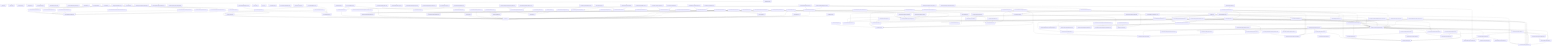
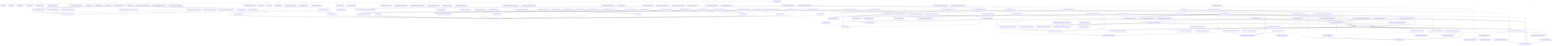
graph TD
  package__ankhorage_studio["@ankhorage/studio"]
  entrypoint_src_index_ts["src/index.ts"]
  package__ankhorage_studio --> entrypoint_src_index_ts
  module_knip_config_ts["knip.config.ts"]
  package__ankhorage_studio -.-> module_knip_config_ts
  module_paradox_config_ts["paradox.config.ts"]
  package__ankhorage_studio -.-> module_paradox_config_ts
  module_src_app_index_ts["src/app/index.ts"]
  package__ankhorage_studio -.-> module_src_app_index_ts
  module_src_app_StudioApp_tsx["src/app/StudioApp.tsx"]
  package__ankhorage_studio -.-> module_src_app_StudioApp_tsx
  module_src_app_StudioDashboard_tsx["src/app/StudioDashboard.tsx"]
  package__ankhorage_studio -.-> module_src_app_StudioDashboard_tsx
  module_src_app_StudioDashboard_tsx --> module_src_hooks_useProjects_ts
  module_src_app_StudioDashboard_tsx --> module_src_hooks_useTemplateSummaries_ts
  module_src_app_StudioDashboard_tsx --> module_src_modules_dashboard_platform_ts
  module_src_app_StudioDashboard_tsx --> module_src_modules_dashboard_search_ts
  module_src_app_StudioDashboard_tsx --> module_src_modules_dashboard_templates_ts
  module_src_app_StudioDashboard_tsx --> module_src_modules_dashboard_types_ts
  module_src_app_StudioDashboard_tsx --> module_src_modules_dashboard_ui_DashboardSectionHeader_tsx
  module_src_app_StudioDashboard_tsx --> module_src_modules_dashboard_ui_ProjectCard_tsx
  module_src_app_StudioDashboard_tsx --> module_src_modules_dashboard_ui_TemplateCard_tsx
  module_src_authFlowContract_test_ts["src/authFlowContract.test.ts"]
  package__ankhorage_studio -.-> module_src_authFlowContract_test_ts
  module_src_authSettings_test_ts["src/authSettings.test.ts"]
  package__ankhorage_studio -.-> module_src_authSettings_test_ts
  module_src_authSettings_test_ts --> module_src_authSettings_ts
  module_src_authSettings_ts["src/authSettings.ts"]
  package__ankhorage_studio -.-> module_src_authSettings_ts
  module_src_canvasDragModel_public_test_ts["src/canvasDragModel.public.test.ts"]
  package__ankhorage_studio -.-> module_src_canvasDragModel_public_test_ts
  module_src_canvasDragModel_public_test_ts --> module_src_canvasDragModel_ts
  module_src_canvasDragModel_public_test_ts --> module_src_canvasDropZones_ts
  module_src_canvasDragModel_test_ts["src/canvasDragModel.test.ts"]
  package__ankhorage_studio -.-> module_src_canvasDragModel_test_ts
  module_src_canvasDragModel_test_ts --> module_src_canvasDragModel_ts
  module_src_canvasDragModel_test_ts --> module_src_canvasDropZones_ts
  module_src_canvasDragModel_ts["src/canvasDragModel.ts"]
  package__ankhorage_studio -.-> module_src_canvasDragModel_ts
  module_src_canvasDragModel_ts --> module_src_canvasDropZones_ts
  module_src_canvasDragModel_ts --> module_src_index_ts
  module_src_canvasDropZones_test_ts["src/canvasDropZones.test.ts"]
  package__ankhorage_studio -.-> module_src_canvasDropZones_test_ts
  module_src_canvasDropZones_test_ts --> module_src_canvasDropZones_ts
  module_src_canvasDropZones_test_ts --> module_src_index_ts
  module_src_canvasDropZones_ts["src/canvasDropZones.ts"]
  package__ankhorage_studio -.-> module_src_canvasDropZones_ts
  module_src_canvasDropZones_ts --> module_src_index_ts
  module_src_cli_index_ts["src/cli/index.ts"]
  package__ankhorage_studio -.-> module_src_cli_index_ts
  module_src_cli_index_ts --> module_src_host_createStudioHost_ts
  module_src_cli_index_ts --> module_src_host_http_server_ts
  module_src_cli_index_ts --> module_src_host_templateRegistry_index_ts
  module_src_cli_index_ts --> module_src_host_utils_workspaceRoot_ts
  module_src_core_constants_ts["src/core/constants.ts"]
  package__ankhorage_studio -.-> module_src_core_constants_ts
  module_src_core_StudioContext_ts["src/core/StudioContext.ts"]
  package__ankhorage_studio -.-> module_src_core_StudioContext_ts
  module_src_core_StudioContext_ts --> module_src_index_ts
  module_src_core_studioPackageBoundary_ts["src/core/studioPackageBoundary.ts"]
  package__ankhorage_studio -.-> module_src_core_studioPackageBoundary_ts
  module_src_core_StudioProvider_ts["src/core/StudioProvider.ts"]
  package__ankhorage_studio -.-> module_src_core_StudioProvider_ts
  module_src_core_StudioProvider_ts --> module_src_core_StudioContext_ts
  module_src_core_StudioProvider_ts --> module_src_index_ts
  module_src_dnd_index_ts["src/dnd/index.ts"]
  package__ankhorage_studio -.-> module_src_dnd_index_ts
  module_src_dnd_primitives_ts["src/dnd/primitives.ts"]
  package__ankhorage_studio -.-> module_src_dnd_primitives_ts
  module_src_dnd_state_ts["src/dnd/state.ts"]
  package__ankhorage_studio -.-> module_src_dnd_state_ts
  module_src_hooks_useProjects_ts["src/hooks/useProjects.ts"]
  package__ankhorage_studio -.-> module_src_hooks_useProjects_ts
  module_src_hooks_useProjects_ts --> module_src_core_constants_ts
  module_src_hooks_useTemplateSummaries_ts["src/hooks/useTemplateSummaries.ts"]
  package__ankhorage_studio -.-> module_src_hooks_useTemplateSummaries_ts
  module_src_hooks_useTemplateSummaries_ts --> module_src_core_constants_ts
  module_src_hooks_useTemplateSummaries_ts --> module_src_modules_dashboard_types_ts
  module_src_host_auth_projectAuthHealthService_ts["src/host/auth/projectAuthHealthService.ts"]
  package__ankhorage_studio -.-> module_src_host_auth_projectAuthHealthService_ts
  module_src_host_auth_projectAuthHealthService_ts --> module_src_host_orchestrator_projectManager_ts
  module_src_host_auth_projectAuthHealthService_ts --> module_src_host_secrets_projectSecretService_ts
  module_src_host_auth_projectAuthHealthService_ts --> module_src_projectAuthHealth_ts
  module_src_host_auth_projectAuthService_test_ts["src/host/auth/projectAuthService.test.ts"]
  package__ankhorage_studio -.-> module_src_host_auth_projectAuthService_test_ts
  module_src_host_auth_projectAuthService_test_ts --> module_src_host_auth_projectAuthService_ts
  module_src_host_auth_projectAuthService_ts["src/host/auth/projectAuthService.ts"]
  package__ankhorage_studio -.-> module_src_host_auth_projectAuthService_ts
  module_src_host_auth_projectAuthService_ts --> module_src_authSettings_ts
  module_src_host_auth_projectAuthService_ts --> module_src_host_orchestrator_projectManager_ts
  module_src_host_createStudioHost_ts["src/host/createStudioHost.ts"]
  package__ankhorage_studio -.-> module_src_host_createStudioHost_ts
  module_src_host_createStudioHost_ts --> module_src_host_orchestrator_infraRuntime_ts
  module_src_host_createStudioHost_ts --> module_src_host_orchestrator_moduleManager_ts
  module_src_host_createStudioHost_ts --> module_src_host_orchestrator_projectManager_ts
  module_src_host_generatedAuthAdapterRuntime_smoke_test_ts["src/host/generatedAuthAdapterRuntime.smoke.test.ts"]
  package__ankhorage_studio -.-> module_src_host_generatedAuthAdapterRuntime_smoke_test_ts
  module_src_host_generatedAuthAdapterRuntime_smoke_test_ts --> module_src_host_orchestrator_moduleManager_ts
  module_src_host_generatedAuthAdapterRuntime_smoke_test_ts --> module_src_host_orchestrator_projectManager_ts
  module_src_host_generatedAuthAdapterRuntime_smoke_test_ts --> module_src_host_templateRegistry_index_ts
  module_src_host_hostLifecycle_smoke_test_ts["src/host/hostLifecycle.smoke.test.ts"]
  package__ankhorage_studio -.-> module_src_host_hostLifecycle_smoke_test_ts
  module_src_host_hostLifecycle_smoke_test_ts --> module_src_host_orchestrator_moduleManager_ts
  module_src_host_hostLifecycle_smoke_test_ts --> module_src_host_orchestrator_projectManager_ts
  module_src_host_hostLifecycle_smoke_test_ts --> module_src_host_templateRegistry_index_ts
  module_src_host_hostOwnership_test_ts["src/host/hostOwnership.test.ts"]
  package__ankhorage_studio -.-> module_src_host_hostOwnership_test_ts
  module_src_host_hostOwnership_test_ts --> module_src_host_http_security_ts
  module_src_host_hostOwnership_test_ts --> module_src_host_orchestrator_projectPaths_ts
  module_src_host_hostOwnership_test_ts --> module_src_host_utils_workspaceRoot_ts
  module_src_host_http_authRoutes_ts["src/host/http/authRoutes.ts"]
  package__ankhorage_studio -.-> module_src_host_http_authRoutes_ts
  module_src_host_http_authRoutes_ts --> module_src_host_auth_projectAuthHealthService_ts
  module_src_host_http_authRoutes_ts --> module_src_host_auth_projectAuthService_ts
  module_src_host_http_authRoutes_ts --> module_src_host_orchestrator_projectManager_ts
  module_src_host_http_authRoutes_ts --> module_src_host_secrets_projectSecretService_ts
  module_src_host_http_secretRoutes_ts["src/host/http/secretRoutes.ts"]
  package__ankhorage_studio -.-> module_src_host_http_secretRoutes_ts
  module_src_host_http_secretRoutes_ts --> module_src_host_orchestrator_projectManager_ts
  module_src_host_http_secretRoutes_ts --> module_src_host_secrets_projectSecretService_ts
  module_src_host_http_security_ts["src/host/http/security.ts"]
  package__ankhorage_studio -.-> module_src_host_http_security_ts
  module_src_host_http_server_ts["src/host/http/server.ts"]
  package__ankhorage_studio -.-> module_src_host_http_server_ts
  module_src_host_http_server_ts --> module_src_host_http_security_ts
  module_src_host_http_server_ts --> module_src_host_orchestrator_infraRuntime_ts
  module_src_host_http_server_ts --> module_src_host_orchestrator_moduleManager_ts
  module_src_host_http_server_ts --> module_src_host_orchestrator_projectManager_ts
  module_src_host_http_server_ts --> module_src_host_orchestrator_resolveMutations_ts
-   module_src_host_http_server_ts --> module_src_host_secrets_projectSecretService_ts
+   module_src_host_http_server_ts --> module_src_host_secrets_trustedOAuthInfraEnvironment_ts
  module_src_host_http_server_ts --> module_src_host_templateRegistry_index_ts
  module_src_host_http_server_ts --> module_src_host_utils_trimOutput_ts
  module_src_host_http_server_ts --> module_src_host_utils_workspaceRoot_ts
  module_src_host_http_serverWithSecrets_ts["src/host/http/serverWithSecrets.ts"]
  package__ankhorage_studio -.-> module_src_host_http_serverWithSecrets_ts
  module_src_host_http_serverWithSecrets_ts --> module_src_host_http_authRoutes_ts
  module_src_host_http_serverWithSecrets_ts --> module_src_host_http_secretRoutes_ts
  module_src_host_http_serverWithSecrets_ts --> module_src_host_http_server_ts
  module_src_host_http_serverWithSecrets_ts --> module_src_host_orchestrator_moduleManager_ts
  module_src_host_http_serverWithSecrets_ts --> module_src_host_orchestrator_projectManager_ts
  module_src_host_http_serverWithSecrets_ts --> module_src_host_utils_workspaceRoot_ts
  module_src_host_http_standalone_ts["src/host/http/standalone.ts"]
  package__ankhorage_studio -.-> module_src_host_http_standalone_ts
  module_src_host_http_standalone_ts --> module_src_host_http_serverWithSecrets_ts
  module_src_host_index_ts["src/host/index.ts"]
  package__ankhorage_studio -.-> module_src_host_index_ts
  module_src_host_layout_auth_resolveAuthLayoutPlan_test_ts["src/host/layout/auth/resolveAuthLayoutPlan.test.ts"]
  package__ankhorage_studio -.-> module_src_host_layout_auth_resolveAuthLayoutPlan_test_ts
  module_src_host_layout_auth_resolveAuthLayoutPlan_test_ts --> module_src_host_layout_auth_resolveAuthLayoutPlan_ts
  module_src_host_layout_auth_resolveAuthLayoutPlan_ts["src/host/layout/auth/resolveAuthLayoutPlan.ts"]
  package__ankhorage_studio -.-> module_src_host_layout_auth_resolveAuthLayoutPlan_ts
  module_src_host_layout_layoutGenerator_test_ts["src/host/layout/layoutGenerator.test.ts"]
  package__ankhorage_studio -.-> module_src_host_layout_layoutGenerator_test_ts
  module_src_host_layout_layoutGenerator_test_ts --> module_src_host_layout_layoutGenerator_ts
  module_src_host_layout_layoutGenerator_ts["src/host/layout/layoutGenerator.ts"]
  package__ankhorage_studio -.-> module_src_host_layout_layoutGenerator_ts
  module_src_host_layout_layoutGenerator_ts --> module_src_host_layout_auth_resolveAuthLayoutPlan_ts
  module_src_host_layout_layoutGenerator_ts --> module_src_host_layout_templates_index_ts
  module_src_host_layout_layoutGenerator_ts --> module_src_host_modules_layout_ts
  module_src_host_layout_templates_auth_adapter_ts["src/host/layout/templates/auth/adapter.ts"]
  package__ankhorage_studio -.-> module_src_host_layout_templates_auth_adapter_ts
  module_src_host_layout_templates_auth_callback_ts["src/host/layout/templates/auth/callback.ts"]
  package__ankhorage_studio -.-> module_src_host_layout_templates_auth_callback_ts
  module_src_host_layout_templates_auth_callback_ts --> module_src_host_layout_templates_utils_routes_ts
  module_src_host_layout_templates_auth_callback_ts --> module_src_host_layout_utils_escapeStringLiteral_ts
  module_src_host_layout_templates_auth_oauth_ts["src/host/layout/templates/auth/oauth.ts"]
  package__ankhorage_studio -.-> module_src_host_layout_templates_auth_oauth_ts
  module_src_host_layout_templates_auth_oauth_ts --> module_src_host_layout_auth_resolveAuthLayoutPlan_ts
  module_src_host_layout_templates_auth_oauth_ts --> module_src_host_layout_utils_escapeStringLiteral_ts
  module_src_host_layout_templates_auth_screen_ts["src/host/layout/templates/auth/screen.ts"]
  package__ankhorage_studio -.-> module_src_host_layout_templates_auth_screen_ts
  module_src_host_layout_templates_auth_screen_ts --> module_src_host_layout_auth_resolveAuthLayoutPlan_ts
  module_src_host_layout_templates_auth_screen_ts --> module_src_host_layout_templates_utils_routes_ts
  module_src_host_layout_templates_auth_screen_ts --> module_src_host_layout_templates_utils_strings_ts
  module_src_host_layout_templates_auth_screen_ts --> module_src_host_layout_utils_escapeStringLiteral_ts
  module_src_host_layout_templates_auth_session_ts["src/host/layout/templates/auth/session.ts"]
  package__ankhorage_studio -.-> module_src_host_layout_templates_auth_session_ts
  module_src_host_layout_templates_auth_signOut_ts["src/host/layout/templates/auth/signOut.ts"]
  package__ankhorage_studio -.-> module_src_host_layout_templates_auth_signOut_ts
  module_src_host_layout_templates_index_ts["src/host/layout/templates/index.ts"]
  package__ankhorage_studio -.-> module_src_host_layout_templates_index_ts
  module_src_host_layout_templates_navigation_ts["src/host/layout/templates/navigation.ts"]
  package__ankhorage_studio -.-> module_src_host_layout_templates_navigation_ts
  module_src_host_layout_templates_navigation_ts --> module_src_host_layout_utils_escapeStringLiteral_ts
  module_src_host_layout_templates_nestedLayout_ts["src/host/layout/templates/nestedLayout.ts"]
  package__ankhorage_studio -.-> module_src_host_layout_templates_nestedLayout_ts
  module_src_host_layout_templates_nestedLayout_ts --> module_src_host_layout_templates_navigation_ts
  module_src_host_layout_templates_nestedLayout_ts --> module_src_host_layout_templates_utils_strings_ts
  module_src_host_layout_templates_redirect_ts["src/host/layout/templates/redirect.ts"]
  package__ankhorage_studio -.-> module_src_host_layout_templates_redirect_ts
  module_src_host_layout_templates_redirect_ts --> module_src_host_layout_utils_escapeStringLiteral_ts
  module_src_host_layout_templates_rootLayout_test_ts["src/host/layout/templates/rootLayout.test.ts"]
  package__ankhorage_studio -.-> module_src_host_layout_templates_rootLayout_test_ts
  module_src_host_layout_templates_rootLayout_test_ts --> module_src_host_layout_templates_rootLayout_ts
  module_src_host_layout_templates_rootLayout_ts["src/host/layout/templates/rootLayout.ts"]
  package__ankhorage_studio -.-> module_src_host_layout_templates_rootLayout_ts
  module_src_host_layout_templates_rootLayout_ts --> module_src_host_layout_templates_navigation_ts
  module_src_host_layout_templates_rootLayout_ts --> module_src_host_layout_templates_utils_routes_ts
  module_src_host_layout_templates_rootLayout_ts --> module_src_host_layout_utils_escapeStringLiteral_ts
  module_src_host_layout_templates_rootLayout_ts --> module_src_host_modules_layout_ts
  module_src_host_layout_templates_screen_ts["src/host/layout/templates/screen.ts"]
  package__ankhorage_studio -.-> module_src_host_layout_templates_screen_ts
  module_src_host_layout_templates_screen_ts --> module_src_host_layout_templates_utils_strings_ts
  module_src_host_layout_templates_screen_ts --> module_src_host_layout_utils_escapeStringLiteral_ts
  module_src_host_layout_templates_utils_routes_ts["src/host/layout/templates/utils/routes.ts"]
  package__ankhorage_studio -.-> module_src_host_layout_templates_utils_routes_ts
  module_src_host_layout_templates_utils_strings_ts["src/host/layout/templates/utils/strings.ts"]
  package__ankhorage_studio -.-> module_src_host_layout_templates_utils_strings_ts
  module_src_host_layout_utils_escapeStringLiteral_ts["src/host/layout/utils/escapeStringLiteral.ts"]
  package__ankhorage_studio -.-> module_src_host_layout_utils_escapeStringLiteral_ts
  module_src_host_manifestSystem_auth_index_ts["src/host/manifestSystem/auth/index.ts"]
  package__ankhorage_studio -.-> module_src_host_manifestSystem_auth_index_ts
  module_src_host_manifestSystem_auth_shared_global_auth_system_tpl_ts["src/host/manifestSystem/auth/shared/global.auth.system.tpl.ts"]
  package__ankhorage_studio -.-> module_src_host_manifestSystem_auth_shared_global_auth_system_tpl_ts
  module_src_host_manifestSystem_auth_shared_index_ts["src/host/manifestSystem/auth/shared/index.ts"]
  package__ankhorage_studio -.-> module_src_host_manifestSystem_auth_shared_index_ts
  module_src_host_manifestSystem_auth_shared_index_ts --> module_src_host_manifestSystem_auth_shared_global_auth_system_tpl_ts
  module_src_host_manifestSystem_auth_shared_index_ts --> module_src_host_manifestSystem_types_ts
  module_src_host_manifestSystem_index_ts["src/host/manifestSystem/index.ts"]
  package__ankhorage_studio -.-> module_src_host_manifestSystem_index_ts
  module_src_host_manifestSystem_index_ts --> module_src_host_manifestSystem_auth_index_ts
  module_src_host_manifestSystem_index_ts --> module_src_host_manifestSystem_types_ts
  module_src_host_manifestSystem_index_ts --> module_src_host_utils_requirementsInference_ts
  module_src_host_manifestSystem_types_ts["src/host/manifestSystem/types.ts"]
  package__ankhorage_studio -.-> module_src_host_manifestSystem_types_ts
  module_src_host_modules_catalog_ts["src/host/modules/catalog.ts"]
  package__ankhorage_studio -.-> module_src_host_modules_catalog_ts
  module_src_host_modules_catalog_ts --> module_src_host_modules_layout_ts
  module_src_host_modules_layout_ts["src/host/modules/layout.ts"]
  package__ankhorage_studio -.-> module_src_host_modules_layout_ts
  module_src_host_modules_runtime_LocalFsTargetAdapter_ts["src/host/modules/runtime/LocalFsTargetAdapter.ts"]
  package__ankhorage_studio -.-> module_src_host_modules_runtime_LocalFsTargetAdapter_ts
  module_src_host_oauthFixtureConsumer_smoke_test_ts["src/host/oauthFixtureConsumer.smoke.test.ts"]
  package__ankhorage_studio -.-> module_src_host_oauthFixtureConsumer_smoke_test_ts
  module_src_host_oauthFixtureConsumer_smoke_test_ts --> module_src_host_orchestrator_moduleManager_ts
  module_src_host_oauthFixtureConsumer_smoke_test_ts --> module_src_host_orchestrator_projectManager_ts
  module_src_host_oauthFixtureConsumer_smoke_test_ts --> module_src_host_templateRegistry_index_ts
  module_src_host_orchestrator_generatedAppFiles_ts["src/host/orchestrator/generatedAppFiles.ts"]
  package__ankhorage_studio -.-> module_src_host_orchestrator_generatedAppFiles_ts
  module_src_host_orchestrator_generatedAppFiles_ts --> module_src_host_zoraExtensions_index_ts
  module_src_host_orchestrator_generatedRouteCleanup_ts["src/host/orchestrator/generatedRouteCleanup.ts"]
  package__ankhorage_studio -.-> module_src_host_orchestrator_generatedRouteCleanup_ts
  module_src_host_orchestrator_infraGenerator_ts["src/host/orchestrator/infraGenerator.ts"]
  package__ankhorage_studio -.-> module_src_host_orchestrator_infraGenerator_ts
  module_src_host_orchestrator_infraGenerator_ts --> module_src_host_orchestrator_infraValidation_ts
  module_src_host_orchestrator_infraRuntime_test_ts["src/host/orchestrator/infraRuntime.test.ts"]
  package__ankhorage_studio -.-> module_src_host_orchestrator_infraRuntime_test_ts
  module_src_host_orchestrator_infraRuntime_test_ts --> module_src_host_orchestrator_infraRuntime_ts
  module_src_host_orchestrator_infraRuntime_ts["src/host/orchestrator/infraRuntime.ts"]
  package__ankhorage_studio -.-> module_src_host_orchestrator_infraRuntime_ts
  module_src_host_orchestrator_infraRuntime_ts --> module_src_host_orchestrator_projectPaths_ts
  module_src_host_orchestrator_infraValidation_ts["src/host/orchestrator/infraValidation.ts"]
  package__ankhorage_studio -.-> module_src_host_orchestrator_infraValidation_ts
  module_src_host_orchestrator_moduleManager_ts["src/host/orchestrator/moduleManager.ts"]
  package__ankhorage_studio -.-> module_src_host_orchestrator_moduleManager_ts
  module_src_host_orchestrator_moduleManager_ts --> module_src_host_modules_catalog_ts
  module_src_host_orchestrator_moduleManager_ts --> module_src_host_modules_runtime_LocalFsTargetAdapter_ts
  module_src_host_orchestrator_moduleManager_ts --> module_src_host_orchestrator_projectManager_ts
  module_src_host_orchestrator_moduleManager_ts --> module_src_host_orchestrator_resolveMutations_ts
  module_src_host_orchestrator_projectDeletion_test_ts["src/host/orchestrator/projectDeletion.test.ts"]
  package__ankhorage_studio -.-> module_src_host_orchestrator_projectDeletion_test_ts
  module_src_host_orchestrator_projectDeletion_test_ts --> module_src_host_orchestrator_projectDeletion_ts
  module_src_host_orchestrator_projectDeletion_ts["src/host/orchestrator/projectDeletion.ts"]
  package__ankhorage_studio -.-> module_src_host_orchestrator_projectDeletion_ts
  module_src_host_orchestrator_projectManager_ts["src/host/orchestrator/projectManager.ts"]
  package__ankhorage_studio -.-> module_src_host_orchestrator_projectManager_ts
  module_src_host_orchestrator_projectManager_ts --> module_src_host_layout_layoutGenerator_ts
  module_src_host_orchestrator_projectManager_ts --> module_src_host_manifestSystem_index_ts
  module_src_host_orchestrator_projectManager_ts --> module_src_host_modules_layout_ts
  module_src_host_orchestrator_projectManager_ts --> module_src_host_orchestrator_generatedRouteCleanup_ts
  module_src_host_orchestrator_projectManager_ts --> module_src_host_orchestrator_infraGenerator_ts
  module_src_host_orchestrator_projectManager_ts --> module_src_host_orchestrator_infraRuntime_ts
  module_src_host_orchestrator_projectManager_ts --> module_src_host_orchestrator_projectDeletion_ts
  module_src_host_orchestrator_projectManager_ts --> module_src_host_orchestrator_projectPaths_ts
  module_src_host_orchestrator_projectManager_ts --> module_src_host_orchestrator_projectStore_ts
  module_src_host_orchestrator_projectManager_ts --> module_src_host_orchestrator_resolveMutations_ts
  module_src_host_orchestrator_projectManager_ts --> module_src_host_orchestrator_scaffolder_ts
  module_src_host_orchestrator_projectManager_ts --> module_src_host_orchestrator_templates_ts
  module_src_host_orchestrator_projectManager_ts --> module_src_host_orchestrator_workspaceRuntime_ts
  module_src_host_orchestrator_projectManager_ts --> module_src_host_templateRegistry_index_ts
  module_src_host_orchestrator_projectManager_ts --> module_src_host_zoraExtensions_index_ts
+   module_src_host_orchestrator_projectManagerDeletion_test_ts["src/host/orchestrator/projectManagerDeletion.test.ts"]
+   package__ankhorage_studio -.-> module_src_host_orchestrator_projectManagerDeletion_test_ts
+   module_src_host_orchestrator_projectManagerDeletion_test_ts --> module_src_host_orchestrator_projectManager_ts
  module_src_host_orchestrator_projectPaths_ts["src/host/orchestrator/projectPaths.ts"]
  package__ankhorage_studio -.-> module_src_host_orchestrator_projectPaths_ts
  module_src_host_orchestrator_projectStore_ts["src/host/orchestrator/projectStore.ts"]
  package__ankhorage_studio -.-> module_src_host_orchestrator_projectStore_ts
  module_src_host_orchestrator_projectStore_ts --> module_src_host_orchestrator_projectPaths_ts
  module_src_host_orchestrator_resolveMutations_ts["src/host/orchestrator/resolveMutations.ts"]
  package__ankhorage_studio -.-> module_src_host_orchestrator_resolveMutations_ts
  module_src_host_orchestrator_resolveMutations_ts --> module_src_host_modules_catalog_ts
  module_src_host_orchestrator_resolveMutations_ts --> module_src_host_modules_layout_ts
  module_src_host_orchestrator_scaffolder_ts["src/host/orchestrator/scaffolder.ts"]
  package__ankhorage_studio -.-> module_src_host_orchestrator_scaffolder_ts
  module_src_host_orchestrator_scaffolder_ts --> module_src_host_manifestSystem_index_ts
  module_src_host_orchestrator_scaffolder_ts --> module_src_host_orchestrator_generatedAppFiles_ts
  module_src_host_orchestrator_scaffolder_ts --> module_src_host_orchestrator_templates_ts
  module_src_host_orchestrator_scaffolder_ts --> module_src_host_templateRegistry_index_ts
  module_src_host_orchestrator_scaffolder_ts --> module_src_host_zoraExtensions_index_ts
  module_src_host_orchestrator_templates_test_ts["src/host/orchestrator/templates.test.ts"]
  package__ankhorage_studio -.-> module_src_host_orchestrator_templates_test_ts
  module_src_host_orchestrator_templates_test_ts --> module_src_host_orchestrator_templates_ts
  module_src_host_orchestrator_templates_ts["src/host/orchestrator/templates.ts"]
  package__ankhorage_studio -.-> module_src_host_orchestrator_templates_ts
  module_src_host_orchestrator_workspaceRuntime_ts["src/host/orchestrator/workspaceRuntime.ts"]
  package__ankhorage_studio -.-> module_src_host_orchestrator_workspaceRuntime_ts
  module_src_host_secrets_bunSupabaseVaultClient_ts["src/host/secrets/bunSupabaseVaultClient.ts"]
  package__ankhorage_studio -.-> module_src_host_secrets_bunSupabaseVaultClient_ts
  module_src_host_secrets_projectSecretService_test_ts["src/host/secrets/projectSecretService.test.ts"]
  package__ankhorage_studio -.-> module_src_host_secrets_projectSecretService_test_ts
  module_src_host_secrets_projectSecretService_test_ts --> module_src_host_secrets_projectSecretService_ts
  module_src_host_secrets_projectSecretService_ts["src/host/secrets/projectSecretService.ts"]
  package__ankhorage_studio -.-> module_src_host_secrets_projectSecretService_ts
  module_src_host_secrets_projectSecretService_ts --> module_src_host_orchestrator_projectManager_ts
  module_src_host_secrets_projectSecretService_ts --> module_src_host_orchestrator_projectPaths_ts
  module_src_host_secrets_projectSecretService_ts --> module_src_host_secrets_bunSupabaseVaultClient_ts
  module_src_host_secrets_projectSecretService_ts --> module_src_host_secrets_resolveProjectSecretDatabaseUrl_ts
  module_src_host_secrets_projectSecretService_ts --> module_src_projectSecretUsage_ts
  module_src_host_secrets_resolveProjectSecretDatabaseUrl_test_ts["src/host/secrets/resolveProjectSecretDatabaseUrl.test.ts"]
  package__ankhorage_studio -.-> module_src_host_secrets_resolveProjectSecretDatabaseUrl_test_ts
  module_src_host_secrets_resolveProjectSecretDatabaseUrl_test_ts --> module_src_host_secrets_resolveProjectSecretDatabaseUrl_ts
  module_src_host_secrets_resolveProjectSecretDatabaseUrl_ts["src/host/secrets/resolveProjectSecretDatabaseUrl.ts"]
  package__ankhorage_studio -.-> module_src_host_secrets_resolveProjectSecretDatabaseUrl_ts
+   module_src_host_secrets_trustedOAuthInfraEnvironment_test_ts["src/host/secrets/trustedOAuthInfraEnvironment.test.ts"]
+   package__ankhorage_studio -.-> module_src_host_secrets_trustedOAuthInfraEnvironment_test_ts
+   module_src_host_secrets_trustedOAuthInfraEnvironment_test_ts --> module_src_host_secrets_trustedOAuthInfraEnvironment_ts
+   module_src_host_secrets_trustedOAuthInfraEnvironment_ts["src/host/secrets/trustedOAuthInfraEnvironment.ts"]
+   package__ankhorage_studio -.-> module_src_host_secrets_trustedOAuthInfraEnvironment_ts
+   module_src_host_secrets_trustedOAuthInfraEnvironment_ts --> module_src_host_orchestrator_projectManager_ts
+   module_src_host_secrets_trustedOAuthInfraEnvironment_ts --> module_src_host_secrets_projectSecretService_ts
+   module_src_host_studioInfra_e2e_test_ts["src/host/studioInfra.e2e.test.ts"]
+   package__ankhorage_studio -.-> module_src_host_studioInfra_e2e_test_ts
+   module_src_host_studioInfra_e2e_test_ts --> module_src_host_orchestrator_infraRuntime_ts
+   module_src_host_studioInfra_e2e_test_ts --> module_src_host_orchestrator_projectManager_ts
+   module_src_host_studioInfra_e2e_test_ts --> module_src_host_secrets_trustedOAuthInfraEnvironment_ts
  module_src_host_templateRegistry_index_ts["src/host/templateRegistry/index.ts"]
  package__ankhorage_studio -.-> module_src_host_templateRegistry_index_ts
  module_src_host_utils_requirementsInference_ts["src/host/utils/requirementsInference.ts"]
  package__ankhorage_studio -.-> module_src_host_utils_requirementsInference_ts
  module_src_host_utils_trimOutput_ts["src/host/utils/trimOutput.ts"]
  package__ankhorage_studio -.-> module_src_host_utils_trimOutput_ts
  module_src_host_utils_workspaceRoot_ts["src/host/utils/workspaceRoot.ts"]
  package__ankhorage_studio -.-> module_src_host_utils_workspaceRoot_ts
  module_src_host_zoraExtensions_index_ts["src/host/zoraExtensions/index.ts"]
  package__ankhorage_studio -.-> module_src_host_zoraExtensions_index_ts
  module_src_host_zoraExtensions_index_ts --> module_src_host_templateRegistry_index_ts
  module_src_index_test_ts["src/index.test.ts"]
  package__ankhorage_studio -.-> module_src_index_test_ts
  module_src_index_test_ts --> module_src_index_ts
  module_src_index_ts["src/index.ts"]
  module_src_insertModalModel_public_test_ts["src/insertModalModel.public.test.ts"]
  package__ankhorage_studio -.-> module_src_insertModalModel_public_test_ts
  module_src_insertModalModel_public_test_ts --> module_src_index_ts
  module_src_insertModalModel_public_test_ts --> module_src_insertModalModel_ts
  module_src_insertModalModel_test_ts["src/insertModalModel.test.ts"]
  package__ankhorage_studio -.-> module_src_insertModalModel_test_ts
  module_src_insertModalModel_test_ts --> module_src_index_ts
  module_src_insertModalModel_test_ts --> module_src_insertModalModel_ts
  module_src_insertModalModel_ts["src/insertModalModel.ts"]
  package__ankhorage_studio -.-> module_src_insertModalModel_ts
  module_src_insertModalModel_ts --> module_src_index_ts
  module_src_localizationConfig_public_test_ts["src/localizationConfig.public.test.ts"]
  package__ankhorage_studio -.-> module_src_localizationConfig_public_test_ts
  module_src_localizationConfig_public_test_ts --> module_src_localizationConfig_ts
  module_src_localizationConfig_test_ts["src/localizationConfig.test.ts"]
  package__ankhorage_studio -.-> module_src_localizationConfig_test_ts
  module_src_localizationConfig_test_ts --> module_src_localizationConfig_ts
  module_src_localizationConfig_ts["src/localizationConfig.ts"]
  package__ankhorage_studio -.-> module_src_localizationConfig_ts
  module_src_localizationPanelModel_test_ts["src/localizationPanelModel.test.ts"]
  package__ankhorage_studio -.-> module_src_localizationPanelModel_test_ts
  module_src_localizationPanelModel_test_ts --> module_src_localizationPanelModel_ts
  module_src_localizationPanelModel_ts["src/localizationPanelModel.ts"]
  package__ankhorage_studio -.-> module_src_localizationPanelModel_ts
  module_src_manifestNavigatorPreviewModel_public_test_ts["src/manifestNavigatorPreviewModel.public.test.ts"]
  package__ankhorage_studio -.-> module_src_manifestNavigatorPreviewModel_public_test_ts
  module_src_manifestNavigatorPreviewModel_public_test_ts --> module_src_manifestNavigatorPreviewModel_ts
  module_src_manifestNavigatorPreviewModel_test_ts["src/manifestNavigatorPreviewModel.test.ts"]
  package__ankhorage_studio -.-> module_src_manifestNavigatorPreviewModel_test_ts
  module_src_manifestNavigatorPreviewModel_test_ts --> module_src_manifestNavigatorPreviewModel_ts
  module_src_manifestNavigatorPreviewModel_ts["src/manifestNavigatorPreviewModel.ts"]
  package__ankhorage_studio -.-> module_src_manifestNavigatorPreviewModel_ts
  module_src_manifestNavigatorPreviewModel_ts --> module_src_routeUtils_ts
  module_src_manifestState_public_test_ts["src/manifestState.public.test.ts"]
  package__ankhorage_studio -.-> module_src_manifestState_public_test_ts
  module_src_manifestState_public_test_ts --> module_src_index_ts
  module_src_manifestState_public_test_ts --> module_src_manifestState_ts
  module_src_manifestState_routes_test_ts["src/manifestState.routes.test.ts"]
  package__ankhorage_studio -.-> module_src_manifestState_routes_test_ts
  module_src_manifestState_routes_test_ts --> module_src_index_ts
  module_src_manifestState_routes_test_ts --> module_src_manifestState_ts
  module_src_manifestState_test_ts["src/manifestState.test.ts"]
  package__ankhorage_studio -.-> module_src_manifestState_test_ts
  module_src_manifestState_test_ts --> module_src_index_ts
  module_src_manifestState_test_ts --> module_src_manifestState_ts
  module_src_manifestState_ts["src/manifestState.ts"]
  package__ankhorage_studio -.-> module_src_manifestState_ts
  module_src_manifestState_ts --> module_src_index_ts
  module_src_manifestSync_test_ts["src/manifestSync.test.ts"]
  package__ankhorage_studio -.-> module_src_manifestSync_test_ts
  module_src_manifestSync_test_ts --> module_src_index_ts
  module_src_manifestSync_test_ts --> module_src_manifestSync_ts
  module_src_manifestSync_ts["src/manifestSync.ts"]
  package__ankhorage_studio -.-> module_src_manifestSync_ts
  module_src_manifestSync_ts --> module_src_index_ts
  module_src_modules_dashboard_platform_ts["src/modules/dashboard/platform.ts"]
  package__ankhorage_studio -.-> module_src_modules_dashboard_platform_ts
  module_src_modules_dashboard_search_ts["src/modules/dashboard/search.ts"]
  package__ankhorage_studio -.-> module_src_modules_dashboard_search_ts
  module_src_modules_dashboard_search_ts --> module_src_modules_dashboard_types_ts
  module_src_modules_dashboard_templates_ts["src/modules/dashboard/templates.ts"]
  package__ankhorage_studio -.-> module_src_modules_dashboard_templates_ts
  module_src_modules_dashboard_templates_ts --> module_src_modules_dashboard_types_ts
  module_src_modules_dashboard_types_ts["src/modules/dashboard/types.ts"]
  package__ankhorage_studio -.-> module_src_modules_dashboard_types_ts
  module_src_modules_dashboard_ui_DashboardSectionHeader_tsx["src/modules/dashboard/ui/DashboardSectionHeader.tsx"]
  package__ankhorage_studio -.-> module_src_modules_dashboard_ui_DashboardSectionHeader_tsx
  module_src_modules_dashboard_ui_ProjectCard_tsx["src/modules/dashboard/ui/ProjectCard.tsx"]
  package__ankhorage_studio -.-> module_src_modules_dashboard_ui_ProjectCard_tsx
  module_src_modules_dashboard_ui_ProjectCard_tsx --> module_src_modules_dashboard_types_ts
  module_src_modules_dashboard_ui_TemplateCard_tsx["src/modules/dashboard/ui/TemplateCard.tsx"]
  package__ankhorage_studio -.-> module_src_modules_dashboard_ui_TemplateCard_tsx
  module_src_modules_dashboard_ui_TemplateCard_tsx --> module_src_modules_dashboard_types_ts
  module_src_projectAuthApi_test_ts["src/projectAuthApi.test.ts"]
  package__ankhorage_studio -.-> module_src_projectAuthApi_test_ts
  module_src_projectAuthApi_test_ts --> module_src_authSettings_ts
  module_src_projectAuthApi_test_ts --> module_src_projectAuthApi_ts
  module_src_projectAuthApi_ts["src/projectAuthApi.ts"]
  package__ankhorage_studio -.-> module_src_projectAuthApi_ts
  module_src_projectAuthApi_ts --> module_src_authSettings_ts
  module_src_projectAuthApi_ts --> module_src_projectAuthHealth_ts
  module_src_projectAuthApi_ts --> module_src_secretResponseGuard_ts
  module_src_projectAuthHealth_test_ts["src/projectAuthHealth.test.ts"]
  package__ankhorage_studio -.-> module_src_projectAuthHealth_test_ts
  module_src_projectAuthHealth_test_ts --> module_src_projectAuthHealth_ts
  module_src_projectAuthHealth_ts["src/projectAuthHealth.ts"]
  package__ankhorage_studio -.-> module_src_projectAuthHealth_ts
  module_src_projectAuthHealth_ts --> module_src_authSettings_ts
  module_src_projectSecretApi_test_ts["src/projectSecretApi.test.ts"]
  package__ankhorage_studio -.-> module_src_projectSecretApi_test_ts
  module_src_projectSecretApi_test_ts --> module_src_projectSecretApi_ts
  module_src_projectSecretApi_ts["src/projectSecretApi.ts"]
  package__ankhorage_studio -.-> module_src_projectSecretApi_ts
  module_src_projectSecretApi_ts --> module_src_projectSecretUsage_ts
  module_src_projectSecretApi_ts --> module_src_secretResponseGuard_ts
  module_src_projectSecretUsage_test_ts["src/projectSecretUsage.test.ts"]
  package__ankhorage_studio -.-> module_src_projectSecretUsage_test_ts
  module_src_projectSecretUsage_test_ts --> module_src_projectSecretUsage_ts
  module_src_projectSecretUsage_ts["src/projectSecretUsage.ts"]
  package__ankhorage_studio -.-> module_src_projectSecretUsage_ts
  module_src_root_test_ts["src/root.test.ts"]
  package__ankhorage_studio -.-> module_src_root_test_ts
  module_src_root_ts["src/root.ts"]
  package__ankhorage_studio -.-> module_src_root_ts
  module_src_routeUtils_public_test_ts["src/routeUtils.public.test.ts"]
  package__ankhorage_studio -.-> module_src_routeUtils_public_test_ts
  module_src_routeUtils_public_test_ts --> module_src_routeUtils_ts
  module_src_routeUtils_test_ts["src/routeUtils.test.ts"]
  package__ankhorage_studio -.-> module_src_routeUtils_test_ts
  module_src_routeUtils_test_ts --> module_src_routeUtils_ts
  module_src_routeUtils_ts["src/routeUtils.ts"]
  package__ankhorage_studio -.-> module_src_routeUtils_ts
  module_src_runtime_actionSuppression_ts["src/runtime/actionSuppression.ts"]
  package__ankhorage_studio -.-> module_src_runtime_actionSuppression_ts
  module_src_runtime_appExtensionRegistry_ts["src/runtime/appExtensionRegistry.ts"]
  package__ankhorage_studio -.-> module_src_runtime_appExtensionRegistry_ts
  module_src_runtime_index_ts["src/runtime/index.ts"]
  package__ankhorage_studio -.-> module_src_runtime_index_ts
  module_src_runtime_localizationPreview_ts["src/runtime/localizationPreview.ts"]
  package__ankhorage_studio -.-> module_src_runtime_localizationPreview_ts
  module_src_runtime_overlay_test_ts["src/runtime/overlay.test.ts"]
  package__ankhorage_studio -.-> module_src_runtime_overlay_test_ts
  module_src_runtime_previewRegistry_ts["src/runtime/previewRegistry.ts"]
  package__ankhorage_studio -.-> module_src_runtime_previewRegistry_ts
  module_src_runtime_previewRuntimeConfig_ts["src/runtime/previewRuntimeConfig.ts"]
  package__ankhorage_studio -.-> module_src_runtime_previewRuntimeConfig_ts
  module_src_runtime_previewRuntimeConfig_ts --> module_src_runtime_actionSuppression_ts
  module_src_runtime_previewRuntimeConfig_ts --> module_src_runtime_previewRegistry_ts
  module_src_runtime_registry_tsx["src/runtime/registry.tsx"]
  package__ankhorage_studio -.-> module_src_runtime_registry_tsx
  module_src_runtime_registry_tsx --> module_src_runtime_appExtensionRegistry_ts
  module_src_runtime_runtimeActions_ts["src/runtime/runtimeActions.ts"]
  package__ankhorage_studio -.-> module_src_runtime_runtimeActions_ts
  module_src_runtime_useRuntimeAction_ts["src/runtime/useRuntimeAction.ts"]
  package__ankhorage_studio -.-> module_src_runtime_useRuntimeAction_ts
  module_src_runtime_useRuntimeAction_ts --> module_src_runtime_runtimeActions_ts
  module_src_runtimeDiagnosticsModel_test_ts["src/runtimeDiagnosticsModel.test.ts"]
  package__ankhorage_studio -.-> module_src_runtimeDiagnosticsModel_test_ts
  module_src_runtimeDiagnosticsModel_test_ts --> module_src_runtimeDiagnosticsModel_ts
  module_src_runtimeDiagnosticsModel_ts["src/runtimeDiagnosticsModel.ts"]
  package__ankhorage_studio -.-> module_src_runtimeDiagnosticsModel_ts
  module_src_runtimeLocalization_public_test_ts["src/runtimeLocalization.public.test.ts"]
  package__ankhorage_studio -.-> module_src_runtimeLocalization_public_test_ts
  module_src_runtimeLocalization_public_test_ts --> module_src_runtimeLocalization_ts
  module_src_runtimeLocalization_test_ts["src/runtimeLocalization.test.ts"]
  package__ankhorage_studio -.-> module_src_runtimeLocalization_test_ts
  module_src_runtimeLocalization_test_ts --> module_src_runtimeLocalization_ts
  module_src_runtimeLocalization_ts["src/runtimeLocalization.ts"]
  package__ankhorage_studio -.-> module_src_runtimeLocalization_ts
  module_src_secretResponseGuard_test_ts["src/secretResponseGuard.test.ts"]
  package__ankhorage_studio -.-> module_src_secretResponseGuard_test_ts
  module_src_secretResponseGuard_test_ts --> module_src_secretResponseGuard_ts
  module_src_secretResponseGuard_ts["src/secretResponseGuard.ts"]
  package__ankhorage_studio -.-> module_src_secretResponseGuard_ts
  module_src_studioAdminRouteModel_test_ts["src/studioAdminRouteModel.test.ts"]
  package__ankhorage_studio -.-> module_src_studioAdminRouteModel_test_ts
  module_src_studioAdminRouteModel_test_ts --> module_src_studioAdminRouteModel_ts
  module_src_studioAdminRouteModel_ts["src/studioAdminRouteModel.ts"]
  package__ankhorage_studio -.-> module_src_studioAdminRouteModel_ts
  module_src_studioAdminRouteModel_ts --> module_src_index_ts
  module_src_studioSelectionModel_knip_test_ts["src/studioSelectionModel.knip.test.ts"]
  package__ankhorage_studio -.-> module_src_studioSelectionModel_knip_test_ts
  module_src_studioSelectionModel_knip_test_ts --> module_src_studioSelectionModel_ts
  module_src_studioSelectionModel_test_ts["src/studioSelectionModel.test.ts"]
  package__ankhorage_studio -.-> module_src_studioSelectionModel_test_ts
  module_src_studioSelectionModel_test_ts --> module_src_studioSelectionModel_ts
  module_src_studioSelectionModel_ts["src/studioSelectionModel.ts"]
  package__ankhorage_studio -.-> module_src_studioSelectionModel_ts
  module_src_ui_AnkhStudio_ts["src/ui/AnkhStudio.ts"]
  package__ankhorage_studio -.-> module_src_ui_AnkhStudio_ts
  module_src_ui_AnkhStudio_ts --> module_src_core_StudioContext_ts
  module_src_ui_StudioAdminOverlay_test_ts["src/ui/StudioAdminOverlay.test.ts"]
  package__ankhorage_studio -.-> module_src_ui_StudioAdminOverlay_test_ts
  module_src_ui_StudioAdminOverlay_tsx["src/ui/StudioAdminOverlay.tsx"]
  package__ankhorage_studio -.-> module_src_ui_StudioAdminOverlay_tsx
  module_src_ui_StudioAdminOverlay_tsx --> module_src_projectSecretApi_ts
  module_src_ui_StudioAdminOverlay_tsx --> module_src_projectSecretUsage_ts
  module_src_ui_StudioAuthSettingsOverlay_test_ts["src/ui/StudioAuthSettingsOverlay.test.ts"]
  package__ankhorage_studio -.-> module_src_ui_StudioAuthSettingsOverlay_test_ts
  module_src_ui_StudioAuthSettingsOverlay_tsx["src/ui/StudioAuthSettingsOverlay.tsx"]
  package__ankhorage_studio -.-> module_src_ui_StudioAuthSettingsOverlay_tsx
  module_src_ui_StudioAuthSettingsOverlay_tsx --> module_src_authSettings_ts
  module_src_ui_StudioAuthSettingsOverlay_tsx --> module_src_projectAuthApi_ts
  module_src_ui_StudioAuthSettingsOverlay_tsx --> module_src_projectAuthHealth_ts
  module_src_ui_StudioAuthSettingsOverlay_tsx --> module_src_projectSecretApi_ts
  module_src_ui_useStudioAppBarAugmentation_test_ts["src/ui/useStudioAppBarAugmentation.test.ts"]
  package__ankhorage_studio -.-> module_src_ui_useStudioAppBarAugmentation_test_ts
  module_src_ui_useStudioAppBarAugmentation_ts["src/ui/useStudioAppBarAugmentation.ts"]
  package__ankhorage_studio -.-> module_src_ui_useStudioAppBarAugmentation_ts
  module_src_ui_useStudioAppBarAugmentation_ts --> module_src_core_StudioContext_ts
  module_src_ui_useStudioAppBarAugmentation_ts --> module_src_studioAdminRouteModel_ts
  module_src_ui_useStudioAppBarAugmentation_ts --> module_src_ui_StudioAdminOverlay_tsx
  module_src_ui_useStudioAppBarAugmentation_ts --> module_src_ui_StudioAuthSettingsOverlay_tsx
  module_src_utils_treeUtils_ts["src/utils/treeUtils.ts"]
  package__ankhorage_studio -.-> module_src_utils_treeUtils_ts
  module_src_utils_treeUtils_ts --> module_src_index_ts
